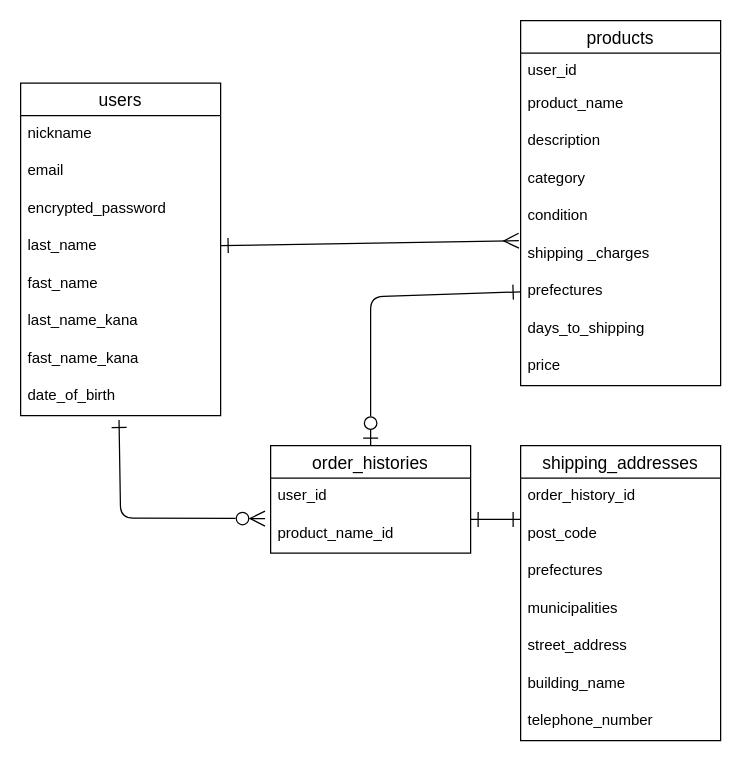
The draw.io diagram frima.dio in EngineerKubo/furima-40425, before the edit. Source tidied: cells renumbered, new cells numbered last; positions are measured from the earlier drawing's top-left corner, leaving out a move shared by most shapes. Both pictures are drawn from the tidied source at 125%, with x=0, y=0 at pixel (20, 20).
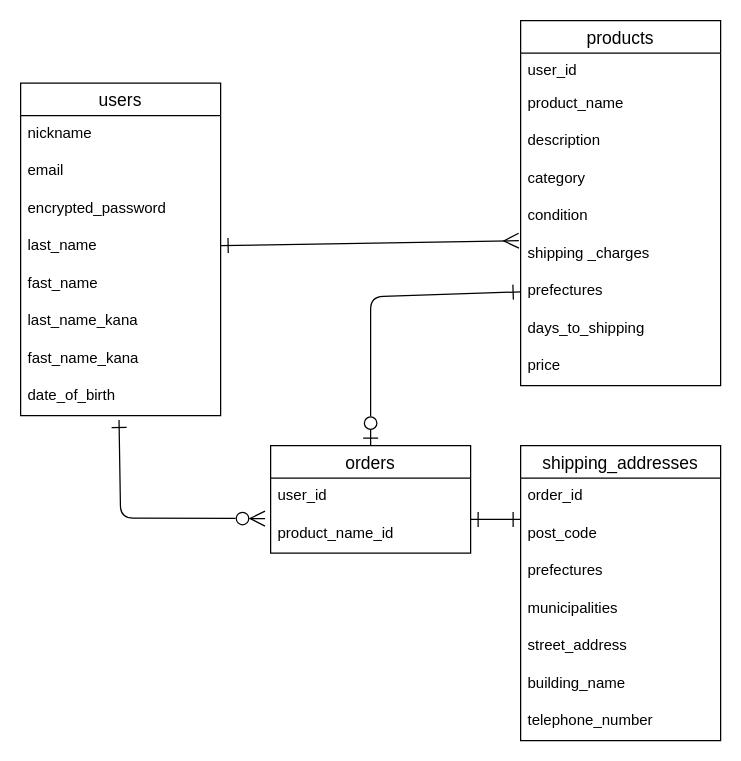
The same page after the edit.

The change refers to these unchanged cells:
```xml
<mxCell id="24" value="shipping_addresses" style="swimlane;fontStyle=0;horizontal=1;startSize=26;align=center;fontSize=14;" parent="1" vertex="1">
  <mxGeometry x="400" y="340" width="160" height="236" as="geometry" />
</mxCell>
```

The edit, as a diff of the source:
```diff
@@
-    <mxCell id="21" value="order_histories" style="swimlane;fontStyle=0;horizontal=1;startSize=26;align=center;fontSize=14;" parent="1" vertex="1">
+    <mxCell id="21" value="orders" style="swimlane;fontStyle=0;horizontal=1;startSize=26;align=center;fontSize=14;" parent="1" vertex="1">
       <mxGeometry x="200" y="340" width="160" height="86" as="geometry" />
     </mxCell>
@@
-    <mxCell id="25" value="order_history_id&#10;&#10;" style="text;strokeColor=none;fillColor=none;spacingLeft=4;spacingRight=4;overflow=hidden;fontSize=12;" parent="24" vertex="1">
+    <mxCell id="25" value="order_id&#10;&#10;" style="text;strokeColor=none;fillColor=none;spacingLeft=4;spacingRight=4;overflow=hidden;fontSize=12;" parent="24" vertex="1">
       <mxGeometry y="26" width="160" height="30" as="geometry" />
     </mxCell>
```
